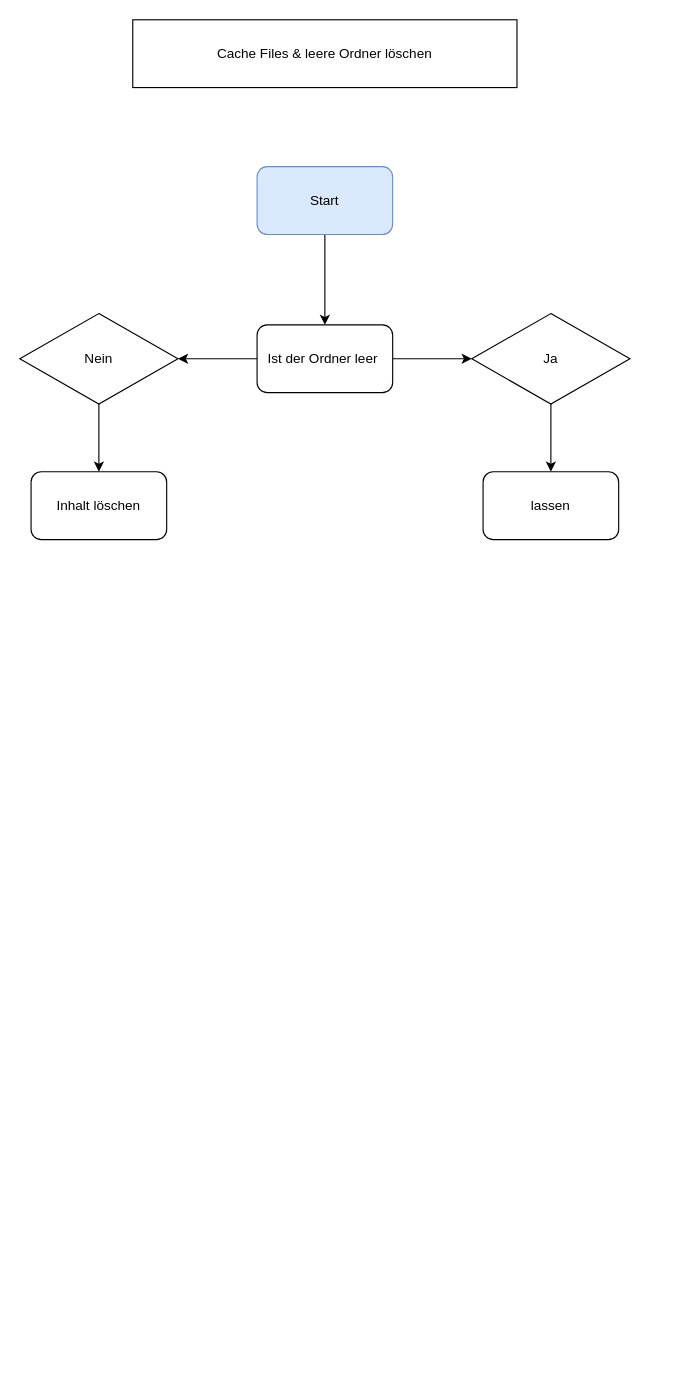
Above: Untitled Diagram.drawio in godbeeruss/M122-delete-cache-and-files-powershell (draw.io), before the change. Source tidied: cells renumbered, new cells numbered last; positions are measured from the earlier drawing's top-left corner, leaving out a move shared by most shapes. Both pictures are drawn from the tidied source at 113%, with x=0, y=0 at pixel (19, 19).
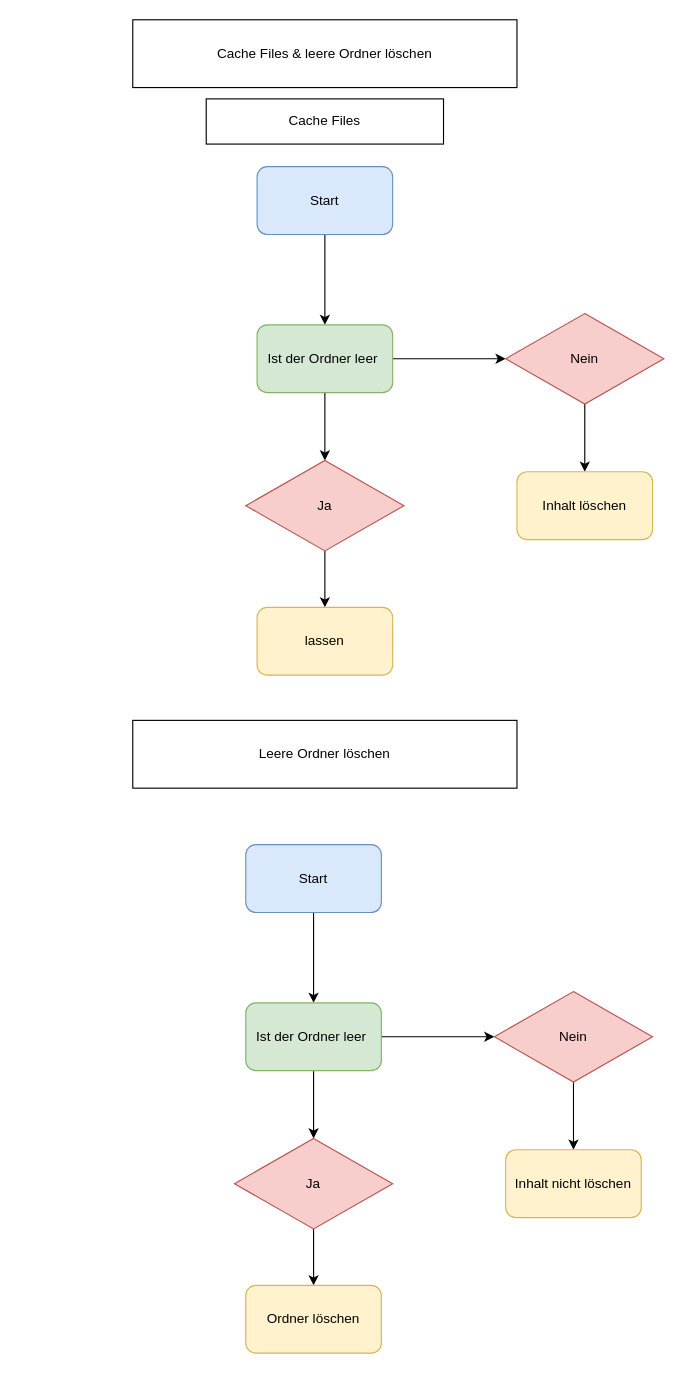
After the change.

Change to the diagram source:
```diff
@@
-    <mxCell id="5" style="edgeStyle=orthogonalEdgeStyle;rounded=0;jettySize=auto;html=1;entryX=0;entryY=0.5;entryDx=0;entryDy=0;" parent="1" edge="1" source="6" target="9">
+    <mxCell id="5" style="edgeStyle=orthogonalEdgeStyle;rounded=0;jettySize=auto;html=1;" parent="1" edge="1" source="6" target="9">
       <mxGeometry relative="1" as="geometry" />
     </mxCell>
-    <mxCell id="6" value="Ist der Ordner leer&amp;nbsp;" style="rounded=1;whiteSpace=wrap;html=1;" parent="1" vertex="1">
+    <mxCell id="6" value="Ist der Ordner leer&amp;nbsp;" style="rounded=1;whiteSpace=wrap;html=1;fillColor=#d5e8d4;strokeColor=#82b366;" parent="1" vertex="1">
       <mxGeometry x="210" y="270" width="120" height="60" as="geometry" />
     </mxCell>
@@
-    <mxCell id="9" value="Ja" style="rhombus;whiteSpace=wrap;html=1;" parent="1" vertex="1">
-      <mxGeometry x="400" y="260" width="140" height="80" as="geometry" />
+    <mxCell id="9" value="Ja" style="rhombus;whiteSpace=wrap;html=1;fillColor=#f8cecc;strokeColor=#b85450;" parent="1" vertex="1">
+      <mxGeometry x="200" y="390" width="140" height="80" as="geometry" />
     </mxCell>
@@
-    <mxCell id="11" value="Nein" style="rhombus;whiteSpace=wrap;html=1;" parent="1" vertex="1">
-      <mxGeometry y="260" width="140" height="80" as="geometry" />
+    <mxCell id="11" value="Nein" style="rhombus;whiteSpace=wrap;html=1;fillColor=#f8cecc;strokeColor=#b85450;" parent="1" vertex="1">
+      <mxGeometry x="430" y="260" width="140" height="80" as="geometry" />
     </mxCell>
-    <mxCell id="12" value="Inhalt löschen" style="rounded=1;whiteSpace=wrap;html=1;" parent="1" vertex="1">
-      <mxGeometry x="10" y="400" width="120" height="60" as="geometry" />
+    <mxCell id="12" value="Inhalt löschen" style="rounded=1;whiteSpace=wrap;html=1;fillColor=#fff2cc;strokeColor=#d6b656;" parent="1" vertex="1">
+      <mxGeometry x="440" y="400" width="120" height="60" as="geometry" />
     </mxCell>
-    <mxCell id="13" value="lassen" style="rounded=1;whiteSpace=wrap;html=1;" parent="1" vertex="1">
-      <mxGeometry x="410" y="400" width="120" height="60" as="geometry" />
+    <mxCell id="13" value="lassen" style="rounded=1;whiteSpace=wrap;html=1;fillColor=#fff2cc;strokeColor=#d6b656;" parent="1" vertex="1">
+      <mxGeometry x="210" y="520" width="120" height="60" as="geometry" />
     </mxCell>
+    <mxCell id="14" value="&lt;span&gt;Cache Files&lt;/span&gt;" style="rounded=0;whiteSpace=wrap;html=1;" parent="1" vertex="1">
+      <mxGeometry x="165" y="70" width="210" height="40" as="geometry" />
+    </mxCell>
+    <mxCell id="15" value="&lt;span&gt;Leere Ordner löschen&lt;/span&gt;" style="rounded=0;whiteSpace=wrap;html=1;" parent="1" vertex="1">
+      <mxGeometry x="100" y="620" width="340" height="60" as="geometry" />
+    </mxCell>
+    <mxCell id="16" style="edgeStyle=orthogonalEdgeStyle;rounded=0;jettySize=auto;html=1;" parent="1" edge="1" source="17" target="20">
+      <mxGeometry relative="1" as="geometry" />
+    </mxCell>
+    <mxCell id="17" value="Start" style="rounded=1;whiteSpace=wrap;html=1;fillColor=#dae8fc;strokeColor=#6c8ebf;" parent="1" vertex="1">
+      <mxGeometry x="200" y="730" width="120" height="60" as="geometry" />
+    </mxCell>
+    <mxCell id="18" style="edgeStyle=orthogonalEdgeStyle;rounded=0;jettySize=auto;html=1;" parent="1" edge="1" source="20" target="24">
+      <mxGeometry relative="1" as="geometry" />
+    </mxCell>
+    <mxCell id="19" style="edgeStyle=orthogonalEdgeStyle;rounded=0;jettySize=auto;html=1;" parent="1" edge="1" source="20" target="22">
+      <mxGeometry relative="1" as="geometry" />
+    </mxCell>
+    <mxCell id="20" value="Ist der Ordner leer&amp;nbsp;" style="rounded=1;whiteSpace=wrap;html=1;fillColor=#d5e8d4;strokeColor=#82b366;" parent="1" vertex="1">
+      <mxGeometry x="200" y="870" width="120" height="60" as="geometry" />
+    </mxCell>
+    <mxCell id="21" style="edgeStyle=orthogonalEdgeStyle;rounded=0;jettySize=auto;html=1;" parent="1" edge="1" source="22" target="26">
+      <mxGeometry relative="1" as="geometry" />
+    </mxCell>
+    <mxCell id="22" value="Ja" style="rhombus;whiteSpace=wrap;html=1;fillColor=#f8cecc;strokeColor=#b85450;" parent="1" vertex="1">
+      <mxGeometry x="190" y="990" width="140" height="80" as="geometry" />
+    </mxCell>
+    <mxCell id="23" style="edgeStyle=orthogonalEdgeStyle;rounded=0;jettySize=auto;html=1;entryX=0.5;entryY=0;entryDx=0;entryDy=0;" parent="1" edge="1" source="24" target="25">
+      <mxGeometry relative="1" as="geometry" />
+    </mxCell>
+    <mxCell id="24" value="Nein" style="rhombus;whiteSpace=wrap;html=1;fillColor=#f8cecc;strokeColor=#b85450;" parent="1" vertex="1">
+      <mxGeometry x="420" y="860" width="140" height="80" as="geometry" />
+    </mxCell>
+    <mxCell id="25" value="Inhalt nicht löschen" style="rounded=1;whiteSpace=wrap;html=1;fillColor=#fff2cc;strokeColor=#d6b656;" parent="1" vertex="1">
+      <mxGeometry x="430" y="1000" width="120" height="60" as="geometry" />
+    </mxCell>
+    <mxCell id="26" value="Ordner löschen" style="rounded=1;whiteSpace=wrap;html=1;fillColor=#fff2cc;strokeColor=#d6b656;" parent="1" vertex="1">
+      <mxGeometry x="200" y="1120" width="120" height="60" as="geometry" />
+    </mxCell>
```
